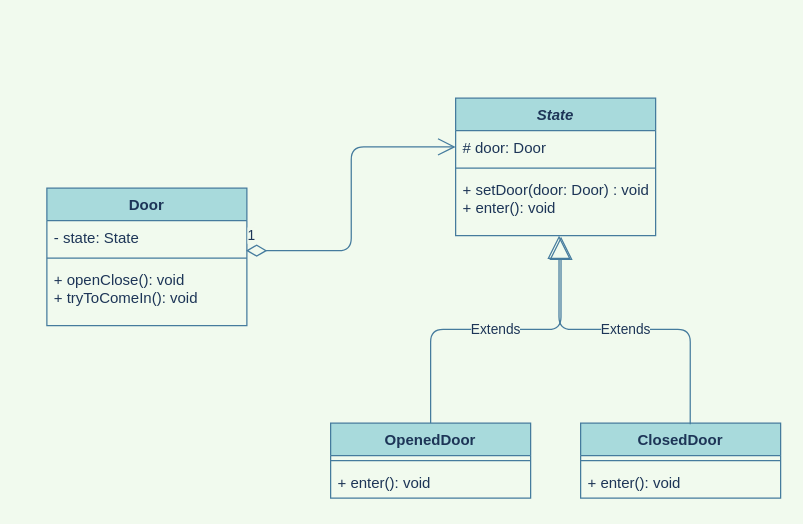
This is behavioural/state/myState.drawio from Yaltaphil/patterns, a draw.io file, before an edit. Source tidied: cells renumbered, new cells numbered last; positions are measured from the earlier drawing's top-left corner, leaving out a move shared by most shapes. Both pictures are drawn from the tidied source at 125%, with x=0, y=0 at pixel (46, 98).
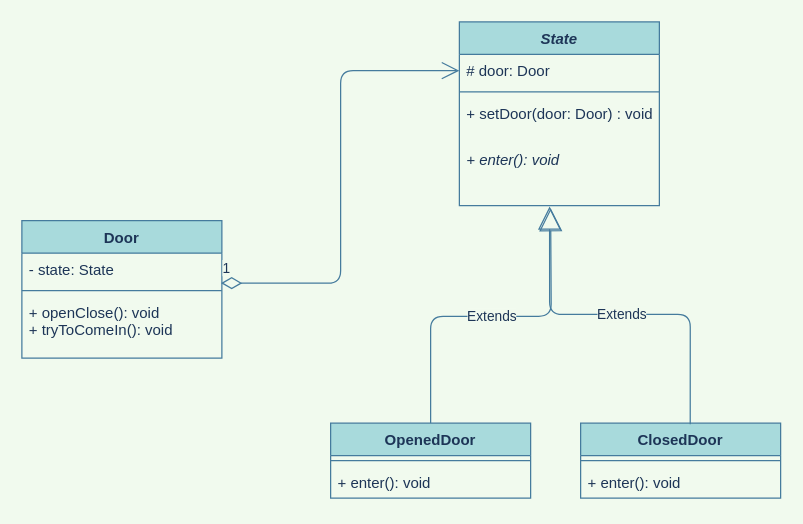
After the change.

Commit message (it also covers changes not shown here):
add: state pattern diagram

Unchanged cells that the change refers to:
```xml
<mxCell id="12" value="OpenedDoor" style="swimlane;fontStyle=1;align=center;verticalAlign=top;horizontal=1;startSize=26;fillColor=#A8DADC;strokeColor=#457B9D;fontColor=#1D3557;" parent="1" vertex="1">
  <mxGeometry x="227" y="260" width="160" height="60" as="geometry" />
</mxCell>
<mxCell id="15" value="ClosedDoor" style="swimlane;fontStyle=1;align=center;verticalAlign=top;horizontal=1;startSize=26;fillColor=#A8DADC;strokeColor=#457B9D;fontColor=#1D3557;" parent="1" vertex="1">
  <mxGeometry x="427" y="260" width="160" height="60" as="geometry" />
</mxCell>
```

The edit, as a diff of the source:
```diff
@@
     <mxCell id="2" value="State" style="swimlane;fontStyle=3;align=center;verticalAlign=top;horizontal=1;startSize=26;fillColor=#A8DADC;strokeColor=#457B9D;fontColor=#1D3557;" parent="1" vertex="1">
-      <mxGeometry x="327" width="160" height="110" as="geometry" />
+      <mxGeometry x="330" y="-61" width="160" height="147" as="geometry" />
     </mxCell>
@@
-    <mxCell id="5" value="+ setDoor(door: Door) : void&#10;+ enter(): void" style="text;strokeColor=none;fillColor=none;align=left;verticalAlign=top;spacingLeft=4;spacingRight=4;overflow=hidden;points=[[0,0.5],[1,0.5]];portConstraint=eastwest;fontColor=#1D3557;" parent="2" vertex="1">
-      <mxGeometry y="60" width="160" height="50" as="geometry" />
+    <mxCell id="5" value="+ setDoor(door: Door) : void&#10;" style="text;strokeColor=none;fillColor=none;align=left;verticalAlign=top;spacingLeft=4;spacingRight=4;overflow=hidden;points=[[0,0.5],[1,0.5]];portConstraint=eastwest;fontColor=#1D3557;" parent="2" vertex="1">
+      <mxGeometry y="60" width="160" height="37" as="geometry" />
     </mxCell>
+    <mxCell id="19" value="+ enter(): void" style="text;strokeColor=none;fillColor=none;align=left;verticalAlign=top;spacingLeft=4;spacingRight=4;overflow=hidden;points=[[0,0.5],[1,0.5]];portConstraint=eastwest;fontColor=#1D3557;fontStyle=2;" parent="2" vertex="1">
+      <mxGeometry y="97" width="160" height="50" as="geometry" />
+    </mxCell>
     <mxCell id="6" value="Door" style="swimlane;fontStyle=1;align=center;verticalAlign=top;horizontal=1;startSize=26;fillColor=#A8DADC;strokeColor=#457B9D;fontColor=#1D3557;" parent="1" vertex="1">
-      <mxGeometry y="72" width="160" height="110" as="geometry" />
+      <mxGeometry x="-20" y="98" width="160" height="110" as="geometry" />
     </mxCell>
@@
-    <mxCell id="11" value="Extends" style="endArrow=block;endSize=16;endFill=0;html=1;strokeWidth=1;entryX=0.527;entryY=1.017;entryDx=0;entryDy=0;entryPerimeter=0;exitX=0.5;exitY=0;exitDx=0;exitDy=0;edgeStyle=orthogonalEdgeStyle;labelBackgroundColor=#F1FAEE;strokeColor=#457B9D;fontColor=#1D3557;" parent="1" edge="1" source="12" target="5">
-      <mxGeometry relative="1" as="geometry" />
+    <mxCell id="11" value="Extends" style="endArrow=block;endSize=16;endFill=0;html=1;strokeWidth=1;exitX=0.5;exitY=0;exitDx=0;exitDy=0;edgeStyle=orthogonalEdgeStyle;labelBackgroundColor=#F1FAEE;strokeColor=#457B9D;fontColor=#1D3557;" parent="1" edge="1" source="12">
+      <mxGeometry relative="1" as="geometry">
+        <mxPoint x="403" y="88" as="targetPoint" />
+      </mxGeometry>
     </mxCell>
@@
-    <mxCell id="18" value="Extends" style="endArrow=block;endSize=16;endFill=0;html=1;strokeWidth=1;entryX=0.517;entryY=1;entryDx=0;entryDy=0;entryPerimeter=0;exitX=0.548;exitY=0.014;exitDx=0;exitDy=0;exitPerimeter=0;edgeStyle=orthogonalEdgeStyle;labelBackgroundColor=#F1FAEE;strokeColor=#457B9D;fontColor=#1D3557;" parent="1" edge="1" source="15" target="5">
+    <mxCell id="18" value="Extends" style="endArrow=block;endSize=16;endFill=0;html=1;strokeWidth=1;entryX=0.451;entryY=1.014;entryDx=0;entryDy=0;entryPerimeter=0;exitX=0.548;exitY=0.014;exitDx=0;exitDy=0;exitPerimeter=0;edgeStyle=orthogonalEdgeStyle;labelBackgroundColor=#F1FAEE;strokeColor=#457B9D;fontColor=#1D3557;" parent="1" edge="1" source="15" target="19">
       <mxGeometry relative="1" as="geometry" />
     </mxCell>
```
